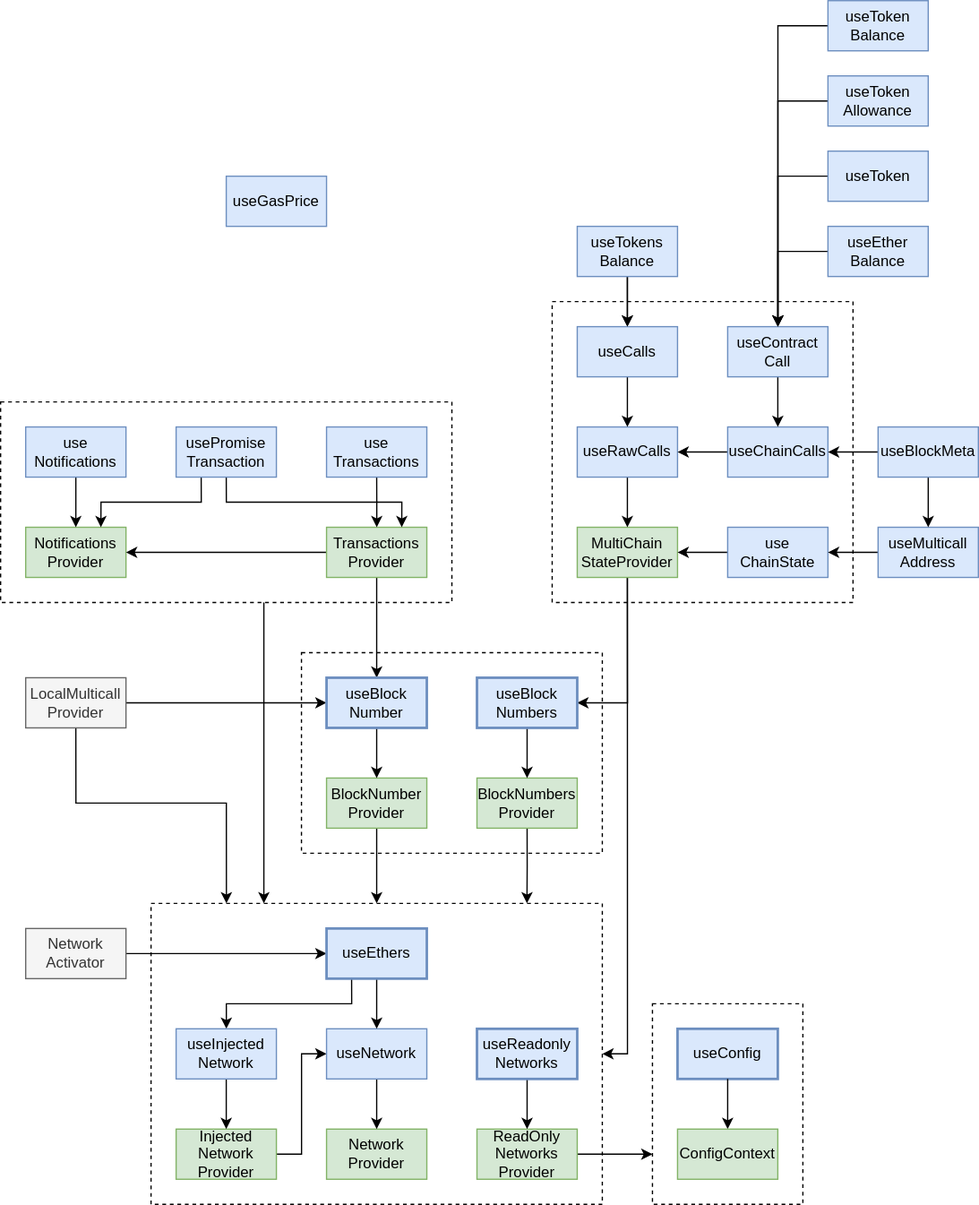
This is docs/internal/architecture.drawio.svg from TrueFiEng/useDApp, a draw.io export, as it was before one commit. Source tidied: cells renumbered, new cells last; positions are measured from the earlier drawing's top-left corner, leaving out a move shared by most shapes.
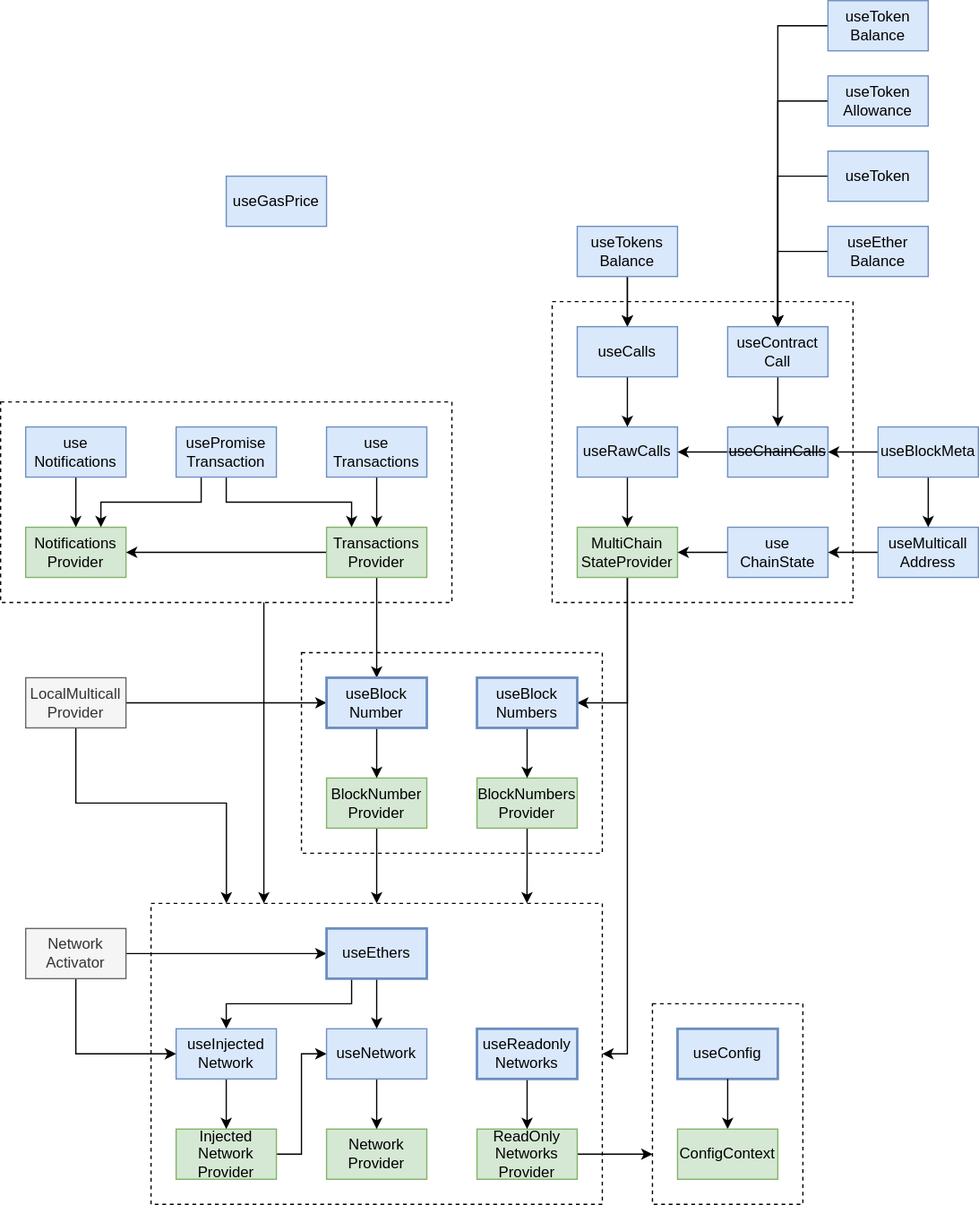
Later version of the same file.

The edit, as a diff of the source:
```diff
@@ -48,7 +48,7 @@
     <mxCell id="15" style="edgeStyle=orthogonalEdgeStyle;rounded=0;html=1;exitX=0;exitY=0.5;exitDx=0;exitDy=0;entryX=1;entryY=0.5;entryDx=0;entryDy=0;" parent="1" edge="1" source="16" target="12">
       <mxGeometry relative="1" as="geometry" />
     </mxCell>
-    <mxCell id="16" value="useChainCalls" style="rounded=0;whiteSpace=wrap;html=1;fillColor=#dae8fc;strokeColor=#6c8ebf;" parent="1" vertex="1">
+    <mxCell id="16" value="&lt;strike&gt;useChainCalls&lt;/strike&gt;" style="rounded=0;whiteSpace=wrap;html=1;fillColor=#dae8fc;strokeColor=#6c8ebf;fontStyle=0;" parent="1" vertex="1">
       <mxGeometry x="580" y="340" width="80" height="40" as="geometry" />
     </mxCell>
     <mxCell id="17" style="edgeStyle=orthogonalEdgeStyle;rounded=0;html=1;exitX=0.5;exitY=1;exitDx=0;exitDy=0;entryX=0.5;entryY=0;entryDx=0;entryDy=0;startArrow=none;startFill=0;endArrow=classic;endFill=1;" parent="1" edge="1" source="19" target="14">
@@ -102,6 +102,9 @@
     <mxCell id="33" style="edgeStyle=orthogonalEdgeStyle;rounded=0;html=1;exitX=1;exitY=0.5;exitDx=0;exitDy=0;" parent="1" edge="1" source="34" target="58">
       <mxGeometry relative="1" as="geometry" />
     </mxCell>
+    <mxCell id="79" style="edgeStyle=orthogonalEdgeStyle;rounded=0;html=1;exitX=0.5;exitY=1;exitDx=0;exitDy=0;entryX=0;entryY=0.5;entryDx=0;entryDy=0;" parent="1" edge="1" source="34" target="62">
+      <mxGeometry relative="1" as="geometry" />
+    </mxCell>
     <mxCell id="34" value="Network&lt;br&gt;Activator" style="rounded=0;whiteSpace=wrap;html=1;fillColor=#f5f5f5;fontColor=#333333;strokeColor=#666666;" parent="1" vertex="1">
       <mxGeometry x="20" y="740" width="80" height="40" as="geometry" />
     </mxCell>
@@ -211,13 +214,13 @@
     <mxCell id="67" style="edgeStyle=orthogonalEdgeStyle;rounded=0;html=1;exitX=0.25;exitY=1;exitDx=0;exitDy=0;entryX=0.75;entryY=0;entryDx=0;entryDy=0;" parent="1" edge="1" source="69" target="41">
       <mxGeometry relative="1" as="geometry" />
     </mxCell>
-    <mxCell id="68" style="edgeStyle=orthogonalEdgeStyle;rounded=0;html=1;exitX=0.5;exitY=1;exitDx=0;exitDy=0;" parent="1" edge="1" source="69" target="48">
+    <mxCell id="68" style="edgeStyle=orthogonalEdgeStyle;rounded=0;html=1;exitX=0.5;exitY=1;exitDx=0;exitDy=0;entryX=0.25;entryY=0;entryDx=0;entryDy=0;" parent="1" edge="1" source="69" target="48">
       <mxGeometry relative="1" as="geometry" />
     </mxCell>
     <mxCell id="69" value="usePromise&lt;br&gt;Transaction" style="rounded=0;whiteSpace=wrap;html=1;fillColor=#dae8fc;strokeColor=#6c8ebf;" parent="1" vertex="1">
       <mxGeometry x="140" y="340" width="80" height="40" as="geometry" />
     </mxCell>
-    <mxCell id="70" style="edgeStyle=orthogonalEdgeStyle;rounded=0;html=1;exitX=0.5;exitY=1;exitDx=0;exitDy=0;entryX=0.75;entryY=0;entryDx=0;entryDy=0;" parent="1" edge="1" source="71" target="48">
+    <mxCell id="70" style="edgeStyle=orthogonalEdgeStyle;rounded=0;html=1;exitX=0.5;exitY=1;exitDx=0;exitDy=0;" parent="1" edge="1" source="71" target="48">
       <mxGeometry relative="1" as="geometry" />
     </mxCell>
     <mxCell id="71" value="use&lt;br&gt;Transactions" style="rounded=0;whiteSpace=wrap;html=1;fillColor=#dae8fc;strokeColor=#6c8ebf;" parent="1" vertex="1">
```
